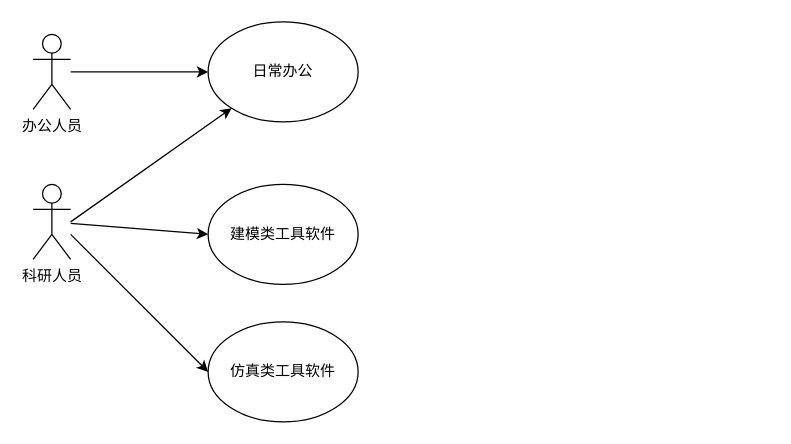
This is 基于虚拟化的云平台架构.drawio from luomoweilan/draw, a draw.io file, before an edit. Source tidied: cells renumbered, new cells numbered last; positions are measured from the earlier drawing's top-left corner, leaving out a move shared by most shapes. Both pictures are drawn from the tidied source at 125%, with x=0, y=0 at pixel (32, 21).
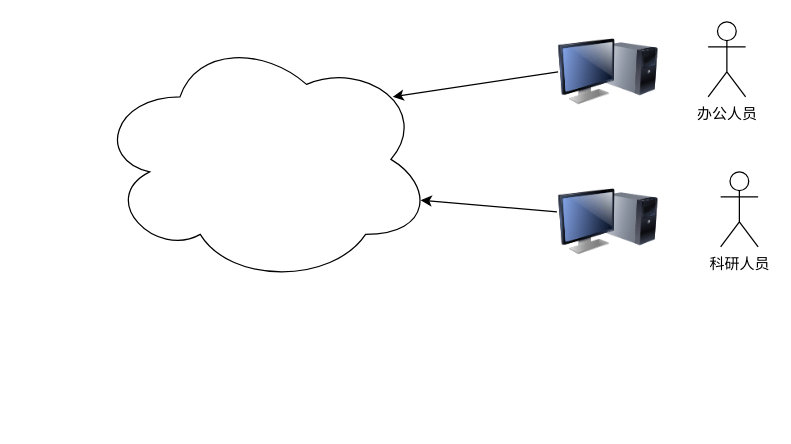
The same page after the edit.

Commit message (it also covers changes not shown here):
更新基于虚拟化的云平台架构.drawio

Change to the diagram source:
```diff
@@
 <mxGraphModel>
   <root>
     <mxCell id="0" />
     <mxCell id="1" parent="0" />
     <mxCell id="2" value="办公人员" style="shape=umlActor;verticalLabelPosition=bottom;verticalAlign=top;html=1;outlineConnect=0;" parent="1" vertex="1">
-      <mxGeometry y="10" width="30" height="60" as="geometry" />
+      <mxGeometry x="540" width="30" height="60" as="geometry" />
     </mxCell>
-    <mxCell id="3" value="日常办公" style="ellipse;whiteSpace=wrap;html=1;" parent="1" vertex="1">
-      <mxGeometry x="140" width="120" height="80" as="geometry" />
-    </mxCell>
-    <mxCell id="4" style="endArrow=classic;html=1;entryX=0;entryY=0.5;entryDx=0;entryDy=0;" parent="1" edge="1" source="2" target="3">
+    <mxCell id="4" style="endArrow=classic;html=1;exitX=-0.012;exitY=0.4;exitDx=0;exitDy=0;exitPerimeter=0;entryX=0.963;entryY=0.663;entryDx=0;entryDy=0;entryPerimeter=0;" parent="1" edge="1" source="13" target="11">
       <mxGeometry relative="1" as="geometry" />
     </mxCell>
     <mxCell id="5" value="科研人员" style="shape=umlActor;verticalLabelPosition=bottom;verticalAlign=top;html=1;outlineConnect=0;" parent="1" vertex="1">
-      <mxGeometry y="130" width="30" height="60" as="geometry" />
+      <mxGeometry x="550" y="120" width="30" height="60" as="geometry" />
     </mxCell>
-    <mxCell id="6" value="建模类工具软件" style="ellipse;whiteSpace=wrap;html=1;" parent="1" vertex="1">
-      <mxGeometry x="140" y="130" width="120" height="80" as="geometry" />
-    </mxCell>
-    <mxCell id="7" style="endArrow=classic;html=1;entryX=0;entryY=0.5;entryDx=0;entryDy=0;" parent="1" edge="1" source="5" target="6">
-      <mxGeometry relative="1" as="geometry" />
-    </mxCell>
-    <mxCell id="8" value="仿真类工具软件" style="ellipse;whiteSpace=wrap;html=1;" parent="1" vertex="1">
-      <mxGeometry x="140" y="240" width="120" height="80" as="geometry" />
-    </mxCell>
-    <mxCell id="9" style="endArrow=classic;html=1;entryX=0;entryY=0.5;entryDx=0;entryDy=0;" parent="1" edge="1" target="8">
-      <mxGeometry relative="1" as="geometry">
-        <mxPoint x="30" y="170" as="sourcePoint" />
-      </mxGeometry>
+    <mxCell id="9" style="endArrow=classic;html=1;exitX=0;exitY=0.5;exitDx=0;exitDy=0;entryX=0.88;entryY=0.25;entryDx=0;entryDy=0;entryPerimeter=0;" parent="1" edge="1" source="12" target="11">
+      <mxGeometry relative="1" as="geometry" />
     </mxCell>
-    <mxCell id="10" style="endArrow=classic;html=1;" parent="1" edge="1" target="3">
-      <mxGeometry relative="1" as="geometry">
-        <mxPoint x="30" y="160" as="sourcePoint" />
-      </mxGeometry>
-    </mxCell>
+    <mxCell id="11" style="ellipse;shape=cloud;whiteSpace=wrap;html=1;" parent="1" vertex="1">
+      <mxGeometry x="50" y="10" width="270" height="200" as="geometry" />
+    </mxCell>
+    <mxCell id="12" style="image;html=1;image=img/lib/clip_art/computers/Monitor_Tower_128x128.png;" parent="1" vertex="1">
+      <mxGeometry x="420" width="80" height="80" as="geometry" />
+    </mxCell>
+    <mxCell id="13" style="image;html=1;image=img/lib/clip_art/computers/Monitor_Tower_128x128.png;" parent="1" vertex="1">
+      <mxGeometry x="420" y="120" width="80" height="80" as="geometry" />
+    </mxCell>
   </root>
 </mxGraphModel>
```
